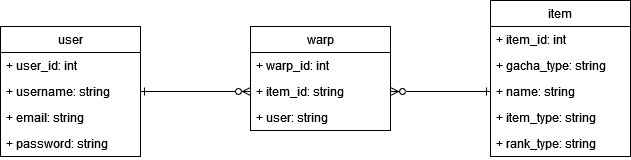
The draw.io diagram documentation/db_schema.png in minhtri-dev/AstralDB, before a commit. Source tidied: cells renumbered, new cells last; positions are measured from the earlier drawing's top-left corner, leaving out a move shared by most shapes.
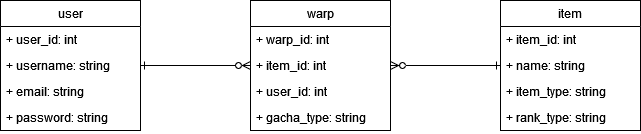
After the change.

What changed in the source:
```diff
@@ -21,35 +21,35 @@
       <mxGeometry y="104" width="140" height="26" as="geometry" />
     </mxCell>
     <mxCell id="8" value="item" style="swimlane;fontStyle=0;horizontal=1;startSize=26;fillColor=none;whiteSpace=wrap;html=1;" parent="1" vertex="1">
-      <mxGeometry x="490" width="140" height="156" as="geometry" />
+      <mxGeometry x="500" y="26" width="140" height="130" as="geometry" />
     </mxCell>
     <mxCell id="9" value="+ item_id: int" style="text;strokeColor=none;fillColor=none;align=left;verticalAlign=top;spacingLeft=4;spacingRight=4;overflow=hidden;whiteSpace=wrap;html=1;" parent="8" vertex="1">
       <mxGeometry y="26" width="140" height="26" as="geometry" />
     </mxCell>
-    <mxCell id="10" value="+ gacha_type: string" style="text;strokeColor=none;fillColor=none;align=left;verticalAlign=top;spacingLeft=4;spacingRight=4;overflow=hidden;whiteSpace=wrap;html=1;" parent="8" vertex="1">
-      <mxGeometry y="52" width="140" height="26" as="geometry" />
-    </mxCell>
     <mxCell id="11" value="+ name: string" style="text;strokeColor=none;fillColor=none;align=left;verticalAlign=top;spacingLeft=4;spacingRight=4;overflow=hidden;points=[[0,0.5],[1,0.5]];portConstraint=eastwest;whiteSpace=wrap;html=1;" parent="8" vertex="1">
-      <mxGeometry y="78" width="140" height="26" as="geometry" />
+      <mxGeometry y="52" width="140" height="26" as="geometry" />
     </mxCell>
     <mxCell id="12" value="+ item_type: string" style="text;strokeColor=none;fillColor=none;align=left;verticalAlign=top;spacingLeft=4;spacingRight=4;overflow=hidden;whiteSpace=wrap;html=1;" parent="8" vertex="1">
-      <mxGeometry y="104" width="140" height="26" as="geometry" />
+      <mxGeometry y="78" width="140" height="26" as="geometry" />
     </mxCell>
     <mxCell id="13" value="+ rank_type: string" style="text;strokeColor=none;fillColor=none;align=left;verticalAlign=top;spacingLeft=4;spacingRight=4;overflow=hidden;whiteSpace=wrap;html=1;" parent="8" vertex="1">
-      <mxGeometry y="130" width="140" height="26" as="geometry" />
+      <mxGeometry y="104" width="140" height="26" as="geometry" />
     </mxCell>
     <mxCell id="14" value="warp" style="swimlane;fontStyle=0;horizontal=1;startSize=26;fillColor=none;whiteSpace=wrap;html=1;" parent="1" vertex="1">
-      <mxGeometry x="250" y="26" width="140" height="104" as="geometry" />
+      <mxGeometry x="250" y="26" width="140" height="130" as="geometry" />
     </mxCell>
     <mxCell id="15" value="+ warp_id: int" style="text;strokeColor=none;fillColor=none;align=left;verticalAlign=top;spacingLeft=4;spacingRight=4;overflow=hidden;whiteSpace=wrap;html=1;" parent="14" vertex="1">
       <mxGeometry y="26" width="140" height="26" as="geometry" />
     </mxCell>
-    <mxCell id="16" value="+ item_id: string" style="text;strokeColor=none;fillColor=none;align=left;verticalAlign=top;spacingLeft=4;spacingRight=4;overflow=hidden;points=[[0,0.5],[1,0.5]];portConstraint=eastwest;whiteSpace=wrap;html=1;" parent="14" vertex="1">
+    <mxCell id="16" value="+ item_id: int" style="text;strokeColor=none;fillColor=none;align=left;verticalAlign=top;spacingLeft=4;spacingRight=4;overflow=hidden;points=[[0,0.5],[1,0.5]];portConstraint=eastwest;whiteSpace=wrap;html=1;" parent="14" vertex="1">
       <mxGeometry y="52" width="140" height="26" as="geometry" />
     </mxCell>
-    <mxCell id="17" value="&lt;div&gt;+ user: string&lt;/div&gt;&lt;div&gt;&lt;br&gt;&lt;/div&gt;" style="text;strokeColor=none;fillColor=none;align=left;verticalAlign=top;spacingLeft=4;spacingRight=4;overflow=hidden;whiteSpace=wrap;html=1;" parent="14" vertex="1">
+    <mxCell id="17" value="&lt;div&gt;+ user_id: int&lt;/div&gt;&lt;div&gt;&lt;br&gt;&lt;/div&gt;" style="text;strokeColor=none;fillColor=none;align=left;verticalAlign=top;spacingLeft=4;spacingRight=4;overflow=hidden;whiteSpace=wrap;html=1;" parent="14" vertex="1">
       <mxGeometry y="78" width="140" height="26" as="geometry" />
     </mxCell>
+    <mxCell id="10" value="+ gacha_type: string" style="text;strokeColor=none;fillColor=none;align=left;verticalAlign=top;spacingLeft=4;spacingRight=4;overflow=hidden;whiteSpace=wrap;html=1;" parent="14" vertex="1">
+      <mxGeometry y="104" width="140" height="26" as="geometry" />
+    </mxCell>
     <mxCell id="18" style="edgeStyle=orthogonalEdgeStyle;rounded=0;jettySize=auto;html=1;exitX=1;exitY=0.5;exitDx=0;exitDy=0;entryX=0;entryY=0.5;entryDx=0;entryDy=0;endArrow=ERone;endFill=0;startArrow=ERzeroToMany;startFill=0;" parent="1" edge="1" source="16" target="11">
       <mxGeometry relative="1" as="geometry" />
     </mxCell>
```
